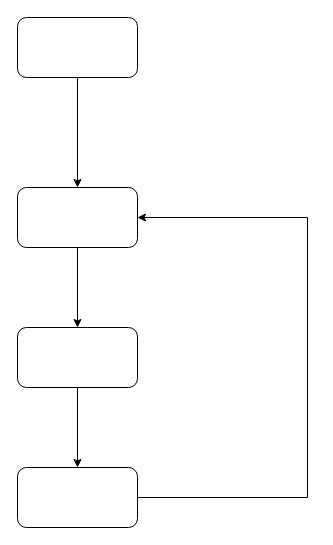
Above: GA-overview.drawio in obasekore/drawings (draw.io), before the change. Source tidied: cells renumbered, new cells numbered last; positions are measured from the earlier drawing's top-left corner, leaving out a move shared by most shapes. Both pictures are drawn from the tidied source at 100%, with x=0, y=0 at pixel (17, 17).
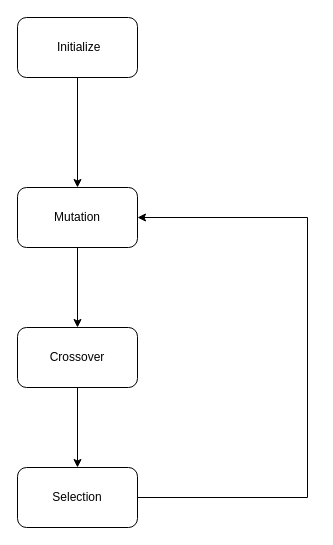
The same diagram, later.

Diff of the diagram source:
```diff
@@
 <mxGraphModel>
   <root>
     <mxCell id="0" />
     <mxCell id="1" parent="0" />
     <mxCell id="2" style="edgeStyle=orthogonalEdgeStyle;rounded=0;jettySize=auto;html=1;entryX=0.5;entryY=0;entryDx=0;entryDy=0;" parent="1" edge="1" source="3" target="5">
       <mxGeometry relative="1" as="geometry" />
     </mxCell>
-    <mxCell id="3" style="rounded=1;whiteSpace=wrap;html=1;" parent="1" vertex="1">
+    <mxCell id="3" value="&amp;nbsp;Initialize" style="rounded=1;whiteSpace=wrap;html=1;" parent="1" vertex="1">
       <mxGeometry width="120" height="60" as="geometry" />
     </mxCell>
     <mxCell id="4" style="edgeStyle=orthogonalEdgeStyle;rounded=0;jettySize=auto;html=1;" parent="1" edge="1" source="5" target="7">
       <mxGeometry relative="1" as="geometry" />
     </mxCell>
-    <mxCell id="5" style="rounded=1;whiteSpace=wrap;html=1;" parent="1" vertex="1">
+    <mxCell id="5" value="Mutation" style="rounded=1;whiteSpace=wrap;html=1;" parent="1" vertex="1">
       <mxGeometry y="170" width="120" height="60" as="geometry" />
     </mxCell>
     <mxCell id="6" style="edgeStyle=orthogonalEdgeStyle;rounded=0;jettySize=auto;html=1;" parent="1" edge="1" source="7" target="9">
       <mxGeometry relative="1" as="geometry" />
     </mxCell>
-    <mxCell id="7" style="whiteSpace=wrap;html=1;rounded=1;" parent="1" vertex="1">
+    <mxCell id="7" value="Crossover" style="whiteSpace=wrap;html=1;rounded=1;" parent="1" vertex="1">
       <mxGeometry y="310" width="120" height="60" as="geometry" />
     </mxCell>
     <mxCell id="8" style="edgeStyle=orthogonalEdgeStyle;rounded=0;jettySize=auto;html=1;exitX=1;exitY=0.5;exitDx=0;exitDy=0;entryX=1;entryY=0.5;entryDx=0;entryDy=0;" parent="1" edge="1" source="9" target="5">
       <mxGeometry relative="1" as="geometry">
         <Array as="points">
           <mxPoint x="290" y="480" />
           <mxPoint x="290" y="200" />
         </Array>
       </mxGeometry>
     </mxCell>
-    <mxCell id="9" style="whiteSpace=wrap;html=1;rounded=1;" parent="1" vertex="1">
+    <mxCell id="9" value="Selection" style="whiteSpace=wrap;html=1;rounded=1;" parent="1" vertex="1">
       <mxGeometry y="450" width="120" height="60" as="geometry" />
     </mxCell>
   </root>
 </mxGraphModel>
```
